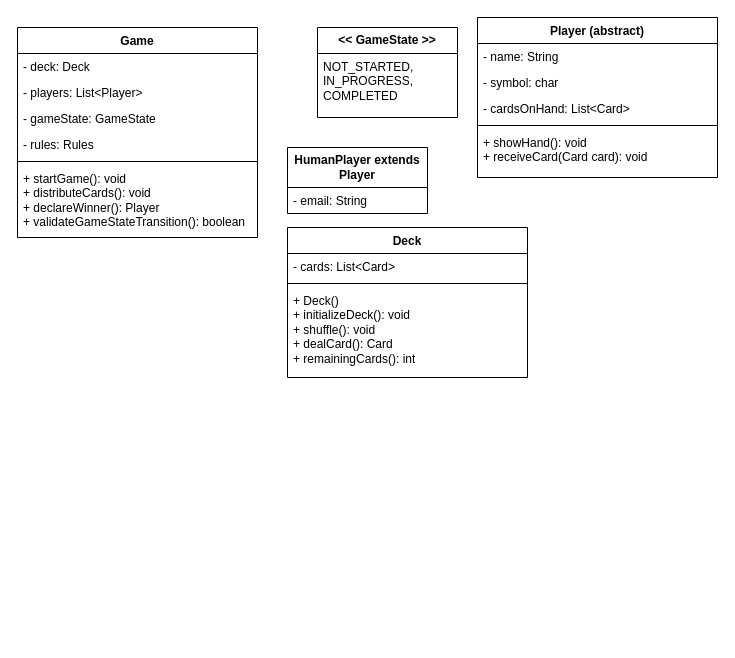
geeky-sanjay/Schema keeps this draw.io diagram as Card-Game.drawio. Above is the earlier version. Source tidied: cells renumbered, new cells numbered last; positions are measured from the earlier drawing's top-left corner, leaving out a move shared by most shapes. Both pictures are drawn from the tidied source at 100%, with x=0, y=0 at pixel (17, 17).
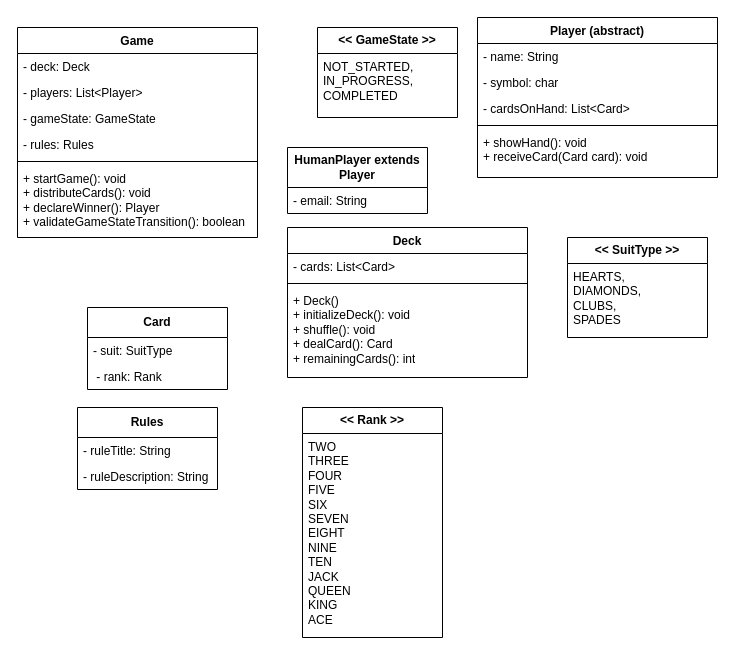
The same page after the edit.

The edit, as a diff of the source:
```diff
@@
+    <mxCell id="23" value="&lt;span style=&quot;font-size: 12px;&quot;&gt;&lt;b&gt;Card&lt;/b&gt;&lt;/span&gt;" style="swimlane;fontStyle=0;horizontal=1;startSize=30;fillColor=none;whiteSpace=wrap;html=1;" parent="1" vertex="1">
+      <mxGeometry x="70" y="290" width="140" height="82" as="geometry" />
+    </mxCell>
+    <mxCell id="24" value="&lt;div&gt;&lt;span style=&quot;font-size: 12px;&quot;&gt;- suit: SuitType&amp;nbsp;&lt;/span&gt;&lt;/div&gt;" style="text;strokeColor=none;fillColor=none;align=left;verticalAlign=top;spacingLeft=4;spacingRight=4;overflow=hidden;whiteSpace=wrap;html=1;" parent="23" vertex="1">
+      <mxGeometry y="30" width="140" height="26" as="geometry" />
+    </mxCell>
+    <mxCell id="25" value="&lt;div&gt;&lt;span style=&quot;font-size: 12px;&quot;&gt;&amp;nbsp;&lt;/span&gt;&lt;span style=&quot;background-color: initial;&quot;&gt;- rank: Rank&lt;/span&gt;&lt;/div&gt;" style="text;strokeColor=none;fillColor=none;align=left;verticalAlign=top;spacingLeft=4;spacingRight=4;overflow=hidden;whiteSpace=wrap;html=1;" parent="23" vertex="1">
+      <mxGeometry y="56" width="140" height="26" as="geometry" />
+    </mxCell>
+    <mxCell id="26" value="&lt;b&gt;&amp;lt;&amp;lt; &lt;/b&gt;&lt;span style=&quot;font-size: 12px;&quot;&gt;&lt;b&gt;SuitType &lt;/b&gt;&lt;/span&gt;&lt;b&gt;&amp;gt;&amp;gt;&lt;/b&gt;" style="swimlane;fontStyle=0;horizontal=1;startSize=26;fillColor=none;whiteSpace=wrap;html=1;" parent="1" vertex="1">
+      <mxGeometry x="550" y="220" width="140" height="100" as="geometry" />
+    </mxCell>
+    <mxCell id="27" value="&lt;div&gt;&lt;span style=&quot;font-size: 12px;&quot;&gt;HEARTS,&lt;/span&gt;&lt;/div&gt;&lt;div&gt;&lt;span style=&quot;font-size: 12px;&quot;&gt;DIAMONDS,&amp;nbsp;&lt;/span&gt;&lt;/div&gt;&lt;div&gt;&lt;span style=&quot;font-size: 12px;&quot;&gt;CLUBS,&lt;/span&gt;&lt;/div&gt;&lt;div&gt;&lt;span style=&quot;font-size: 12px;&quot;&gt;SPADES&lt;/span&gt;&lt;/div&gt;" style="text;strokeColor=none;fillColor=none;align=left;verticalAlign=top;spacingLeft=4;spacingRight=4;overflow=hidden;whiteSpace=wrap;html=1;" parent="26" vertex="1">
+      <mxGeometry y="26" width="140" height="74" as="geometry" />
+    </mxCell>
+    <mxCell id="28" value="&lt;b&gt;&amp;lt;&amp;lt;&amp;nbsp;&lt;/b&gt;&lt;span style=&quot;font-size: 12px;&quot;&gt;&lt;b&gt;Rank &lt;/b&gt;&lt;/span&gt;&lt;b&gt;&amp;gt;&amp;gt;&lt;/b&gt;" style="swimlane;fontStyle=0;horizontal=1;startSize=26;fillColor=none;whiteSpace=wrap;html=1;" parent="1" vertex="1">
+      <mxGeometry x="285" y="390" width="140" height="230" as="geometry" />
+    </mxCell>
+    <mxCell id="29" value="&lt;div&gt;&lt;span style=&quot;font-size: 12px;&quot;&gt;TWO&lt;/span&gt;&lt;/div&gt;&lt;div&gt;&lt;span style=&quot;font-size: 12px;&quot;&gt;THREE&lt;/span&gt;&lt;/div&gt;&lt;div&gt;&lt;span style=&quot;font-size: 12px;&quot;&gt;FOUR&lt;/span&gt;&lt;/div&gt;&lt;div&gt;&lt;span style=&quot;font-size: 12px;&quot;&gt;FIVE&lt;/span&gt;&lt;/div&gt;&lt;div&gt;&lt;span style=&quot;font-size: 12px;&quot;&gt;SIX&lt;/span&gt;&lt;/div&gt;&lt;div&gt;&lt;span style=&quot;font-size: 12px;&quot;&gt;SEVEN&lt;/span&gt;&lt;/div&gt;&lt;div&gt;&lt;span style=&quot;font-size: 12px;&quot;&gt;EIGHT&lt;/span&gt;&lt;/div&gt;&lt;div&gt;&lt;span style=&quot;font-size: 12px;&quot;&gt;NINE&lt;/span&gt;&lt;/div&gt;&lt;div&gt;&lt;span style=&quot;font-size: 12px;&quot;&gt;TEN&lt;/span&gt;&lt;/div&gt;&lt;div&gt;&lt;span style=&quot;font-size: 12px;&quot;&gt;JACK&lt;/span&gt;&lt;/div&gt;&lt;div&gt;&lt;span style=&quot;font-size: 12px;&quot;&gt;QUEEN&lt;/span&gt;&lt;/div&gt;&lt;div&gt;&lt;span style=&quot;font-size: 12px;&quot;&gt;KING&lt;/span&gt;&lt;/div&gt;&lt;div&gt;&lt;span style=&quot;font-size: 12px;&quot;&gt;ACE&lt;/span&gt;&lt;/div&gt;" style="text;strokeColor=none;fillColor=none;align=left;verticalAlign=top;spacingLeft=4;spacingRight=4;overflow=hidden;whiteSpace=wrap;html=1;" parent="28" vertex="1">
+      <mxGeometry y="26" width="140" height="204" as="geometry" />
+    </mxCell>
+    <mxCell id="30" value="&lt;span style=&quot;font-size: 12px;&quot;&gt;&lt;b&gt;Rules&lt;/b&gt;&lt;/span&gt;" style="swimlane;fontStyle=0;horizontal=1;startSize=30;fillColor=none;whiteSpace=wrap;html=1;" parent="1" vertex="1">
+      <mxGeometry x="60" y="390" width="140" height="82" as="geometry" />
+    </mxCell>
+    <mxCell id="31" value="&lt;span style=&quot;font-size: 12px;&quot;&gt;- ruleTitle: String&lt;/span&gt;" style="text;strokeColor=none;fillColor=none;align=left;verticalAlign=top;spacingLeft=4;spacingRight=4;overflow=hidden;whiteSpace=wrap;html=1;" parent="30" vertex="1">
+      <mxGeometry y="30" width="140" height="26" as="geometry" />
+    </mxCell>
+    <mxCell id="32" value="&lt;span style=&quot;font-size: 12px;&quot;&gt;- ruleDescription: String&lt;/span&gt;" style="text;strokeColor=none;fillColor=none;align=left;verticalAlign=top;spacingLeft=4;spacingRight=4;overflow=hidden;whiteSpace=wrap;html=1;" parent="30" vertex="1">
+      <mxGeometry y="56" width="140" height="26" as="geometry" />
+    </mxCell>
```
